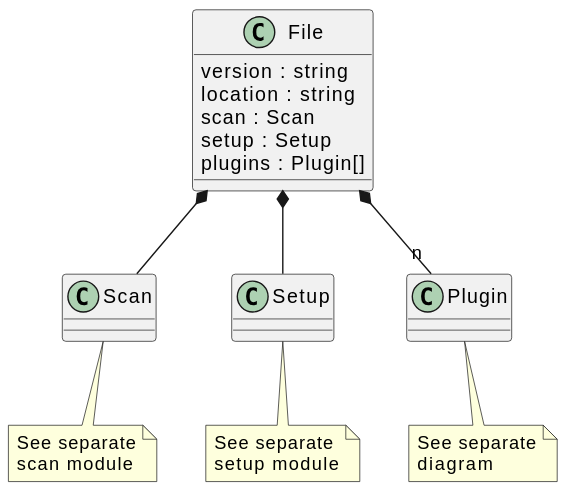
Above: docs/uml/evedata.scan.entities.file.svg in tillbiskup/evedata (PlantUML), before the change.
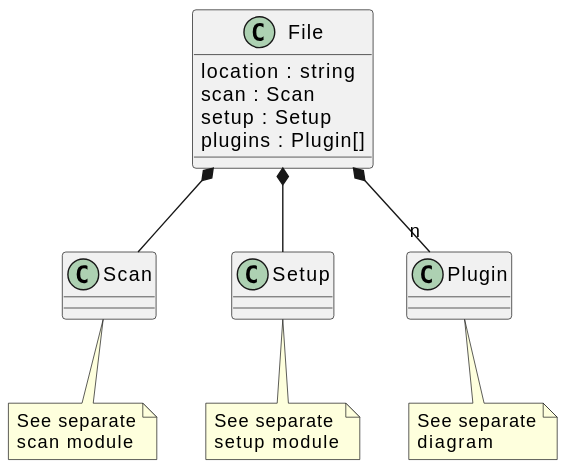
After the change.

Change to the diagram source:
```diff
@@ -1,6 +1,5 @@
 @startuml
 class File {
-    version : string
     location : string
     scan : Scan
     setup : Setup
```
